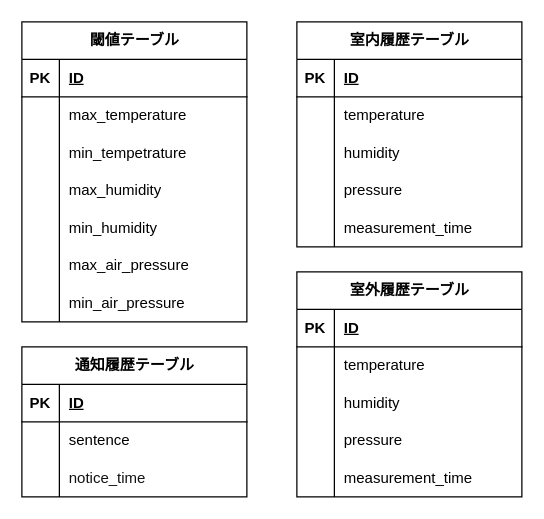
The draw.io diagram docs/design/db/E-R.drawio in GeL02468/room-temperature-measurement-system, before the edit. Source tidied: cells renumbered, new cells numbered last; positions are measured from the earlier drawing's top-left corner, leaving out a move shared by most shapes. Both pictures are drawn from the tidied source at 125%, with x=0, y=0 at pixel (21, 21).
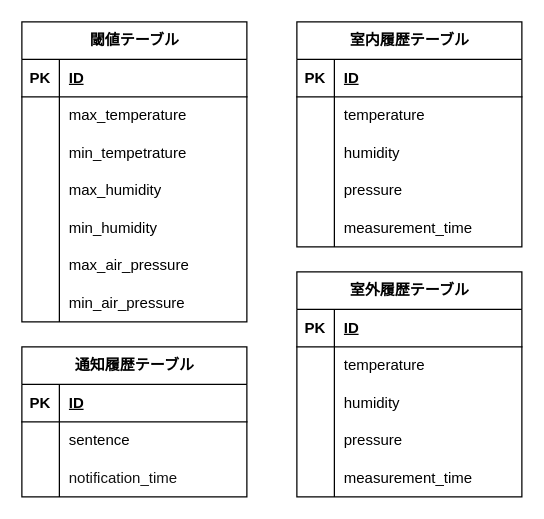
The same page after the edit.

Unchanged cells that the change refers to:
```xml
<mxCell id="63" style="shape=tableRow;horizontal=0;startSize=0;swimlaneHead=0;swimlaneBody=0;fillColor=none;top=0;left=0;right=0;bottom=0;" parent="56" vertex="1">
  <mxGeometry y="90" width="180" height="30" as="geometry" />
</mxCell>
```

Diff of the diagram source:
```diff
@@
-    <mxCell id="65" value="&lt;font color=&quot;#121212&quot;&gt;notice_time&lt;/font&gt;" style="shape=partialRectangle;fillColor=none;top=0;left=0;bottom=0;right=0;align=left;spacingLeft=6;overflow=hidden;whiteSpace=wrap;html=1;" parent="63" vertex="1">
+    <mxCell id="65" value="&lt;font color=&quot;#121212&quot;&gt;notification_time&lt;/font&gt;" style="shape=partialRectangle;fillColor=none;top=0;left=0;bottom=0;right=0;align=left;spacingLeft=6;overflow=hidden;whiteSpace=wrap;html=1;" parent="63" vertex="1">
       <mxGeometry x="30" width="150" height="30" as="geometry" />
     </mxCell>
```
